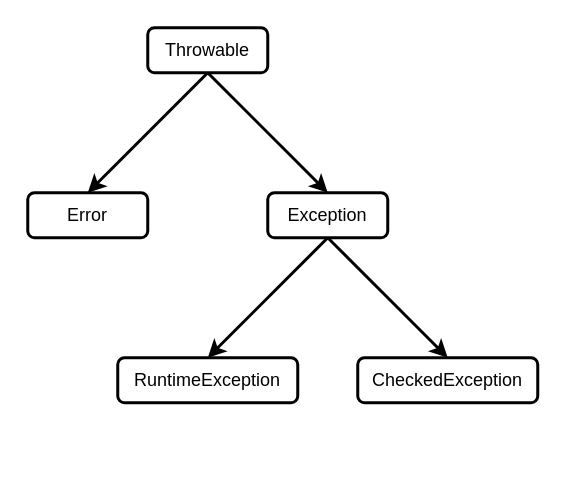
Above: Java异常体系图.drawio in srcrs/draw-static (draw.io), before the change. Source tidied: cells renumbered, new cells numbered last; positions are measured from the earlier drawing's top-left corner, leaving out a move shared by most shapes. Both pictures are drawn from the tidied source at 150%, with x=0, y=0 at pixel (27, 27).
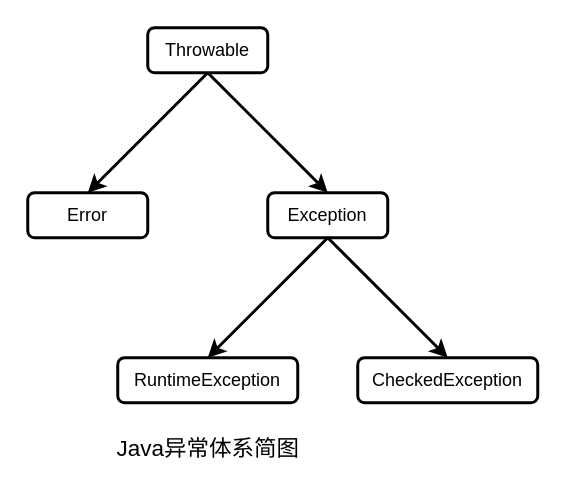
The same page after the edit.

Commit message (it also covers changes not shown here):
更新Java异常体系图.drawio

The edit, as a diff of the source:
```diff
@@
 <mxGraphModel>
   <root>
     <mxCell id="0" />
     <mxCell id="1" parent="0" />
     <mxCell id="2" value="Throwable" style="rounded=1;whiteSpace=wrap;html=1;strokeWidth=2;" parent="1" vertex="1">
       <mxGeometry x="80" width="80" height="30" as="geometry" />
     </mxCell>
     <mxCell id="3" value="Error" style="rounded=1;whiteSpace=wrap;html=1;strokeWidth=2;" parent="1" vertex="1">
       <mxGeometry y="110" width="80" height="30" as="geometry" />
     </mxCell>
     <mxCell id="4" value="Exception" style="rounded=1;whiteSpace=wrap;html=1;strokeWidth=2;" parent="1" vertex="1">
       <mxGeometry x="160" y="110" width="80" height="30" as="geometry" />
     </mxCell>
     <mxCell id="5" value="RuntimeException" style="rounded=1;whiteSpace=wrap;html=1;strokeWidth=2;" parent="1" vertex="1">
       <mxGeometry x="60" y="220" width="120" height="30" as="geometry" />
     </mxCell>
     <mxCell id="6" value="CheckedException" style="rounded=1;whiteSpace=wrap;html=1;strokeWidth=2;" parent="1" vertex="1">
       <mxGeometry x="220" y="220" width="120" height="30" as="geometry" />
     </mxCell>
     <mxCell id="7" style="endArrow=classic;html=1;strokeWidth=2;exitX=0.5;exitY=1;exitDx=0;exitDy=0;entryX=0.5;entryY=0;entryDx=0;entryDy=0;" parent="1" edge="1" source="2" target="3">
       <mxGeometry relative="1" as="geometry" />
     </mxCell>
     <mxCell id="8" style="endArrow=classic;html=1;strokeWidth=2;exitX=0.5;exitY=1;exitDx=0;exitDy=0;entryX=0.5;entryY=0;entryDx=0;entryDy=0;" parent="1" edge="1" source="2" target="4">
       <mxGeometry relative="1" as="geometry" />
     </mxCell>
     <mxCell id="9" style="endArrow=classic;html=1;strokeWidth=2;exitX=0.5;exitY=1;exitDx=0;exitDy=0;entryX=0.5;entryY=0;entryDx=0;entryDy=0;" parent="1" edge="1" source="4" target="5">
       <mxGeometry relative="1" as="geometry" />
     </mxCell>
     <mxCell id="10" style="endArrow=classic;html=1;strokeWidth=2;exitX=0.5;exitY=1;exitDx=0;exitDy=0;entryX=0.5;entryY=0;entryDx=0;entryDy=0;" parent="1" edge="1" source="4" target="6">
       <mxGeometry relative="1" as="geometry" />
     </mxCell>
+    <mxCell id="11" value="Java异常体系简图" style="text;html=1;align=center;verticalAlign=middle;fontSize=15;" parent="1" vertex="1">
+      <mxGeometry x="50" y="270" width="140" height="20" as="geometry" />
+    </mxCell>
   </root>
 </mxGraphModel>
```
